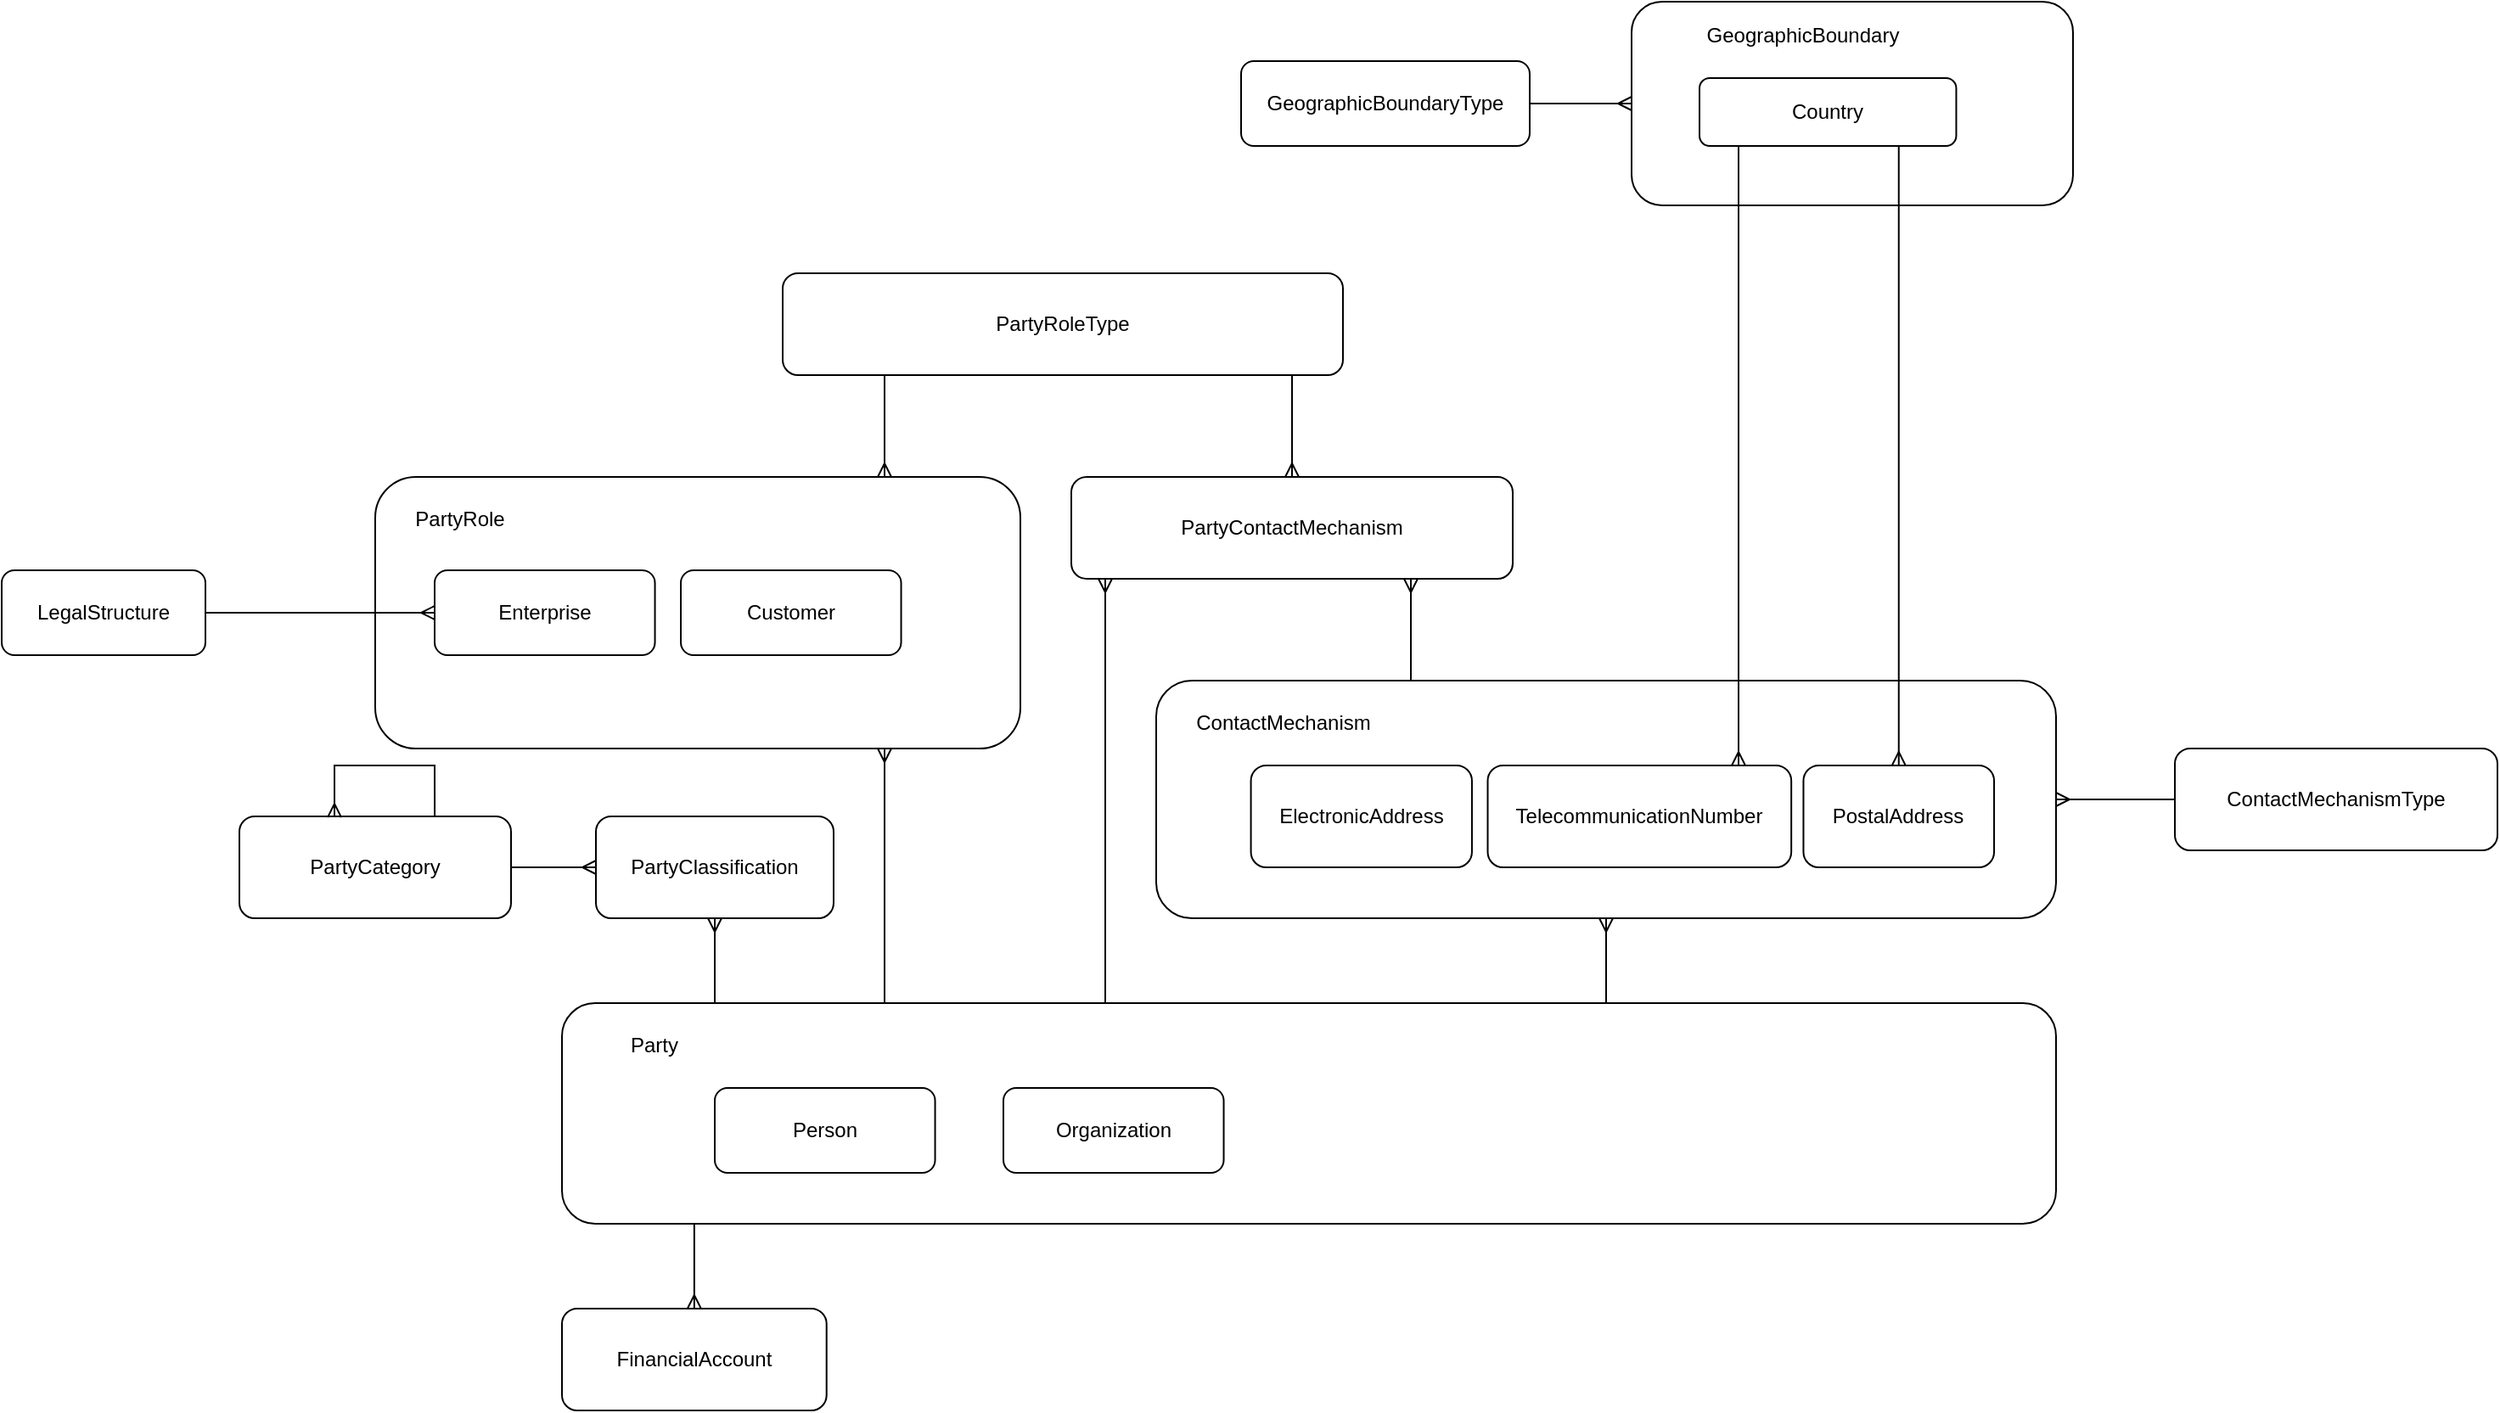
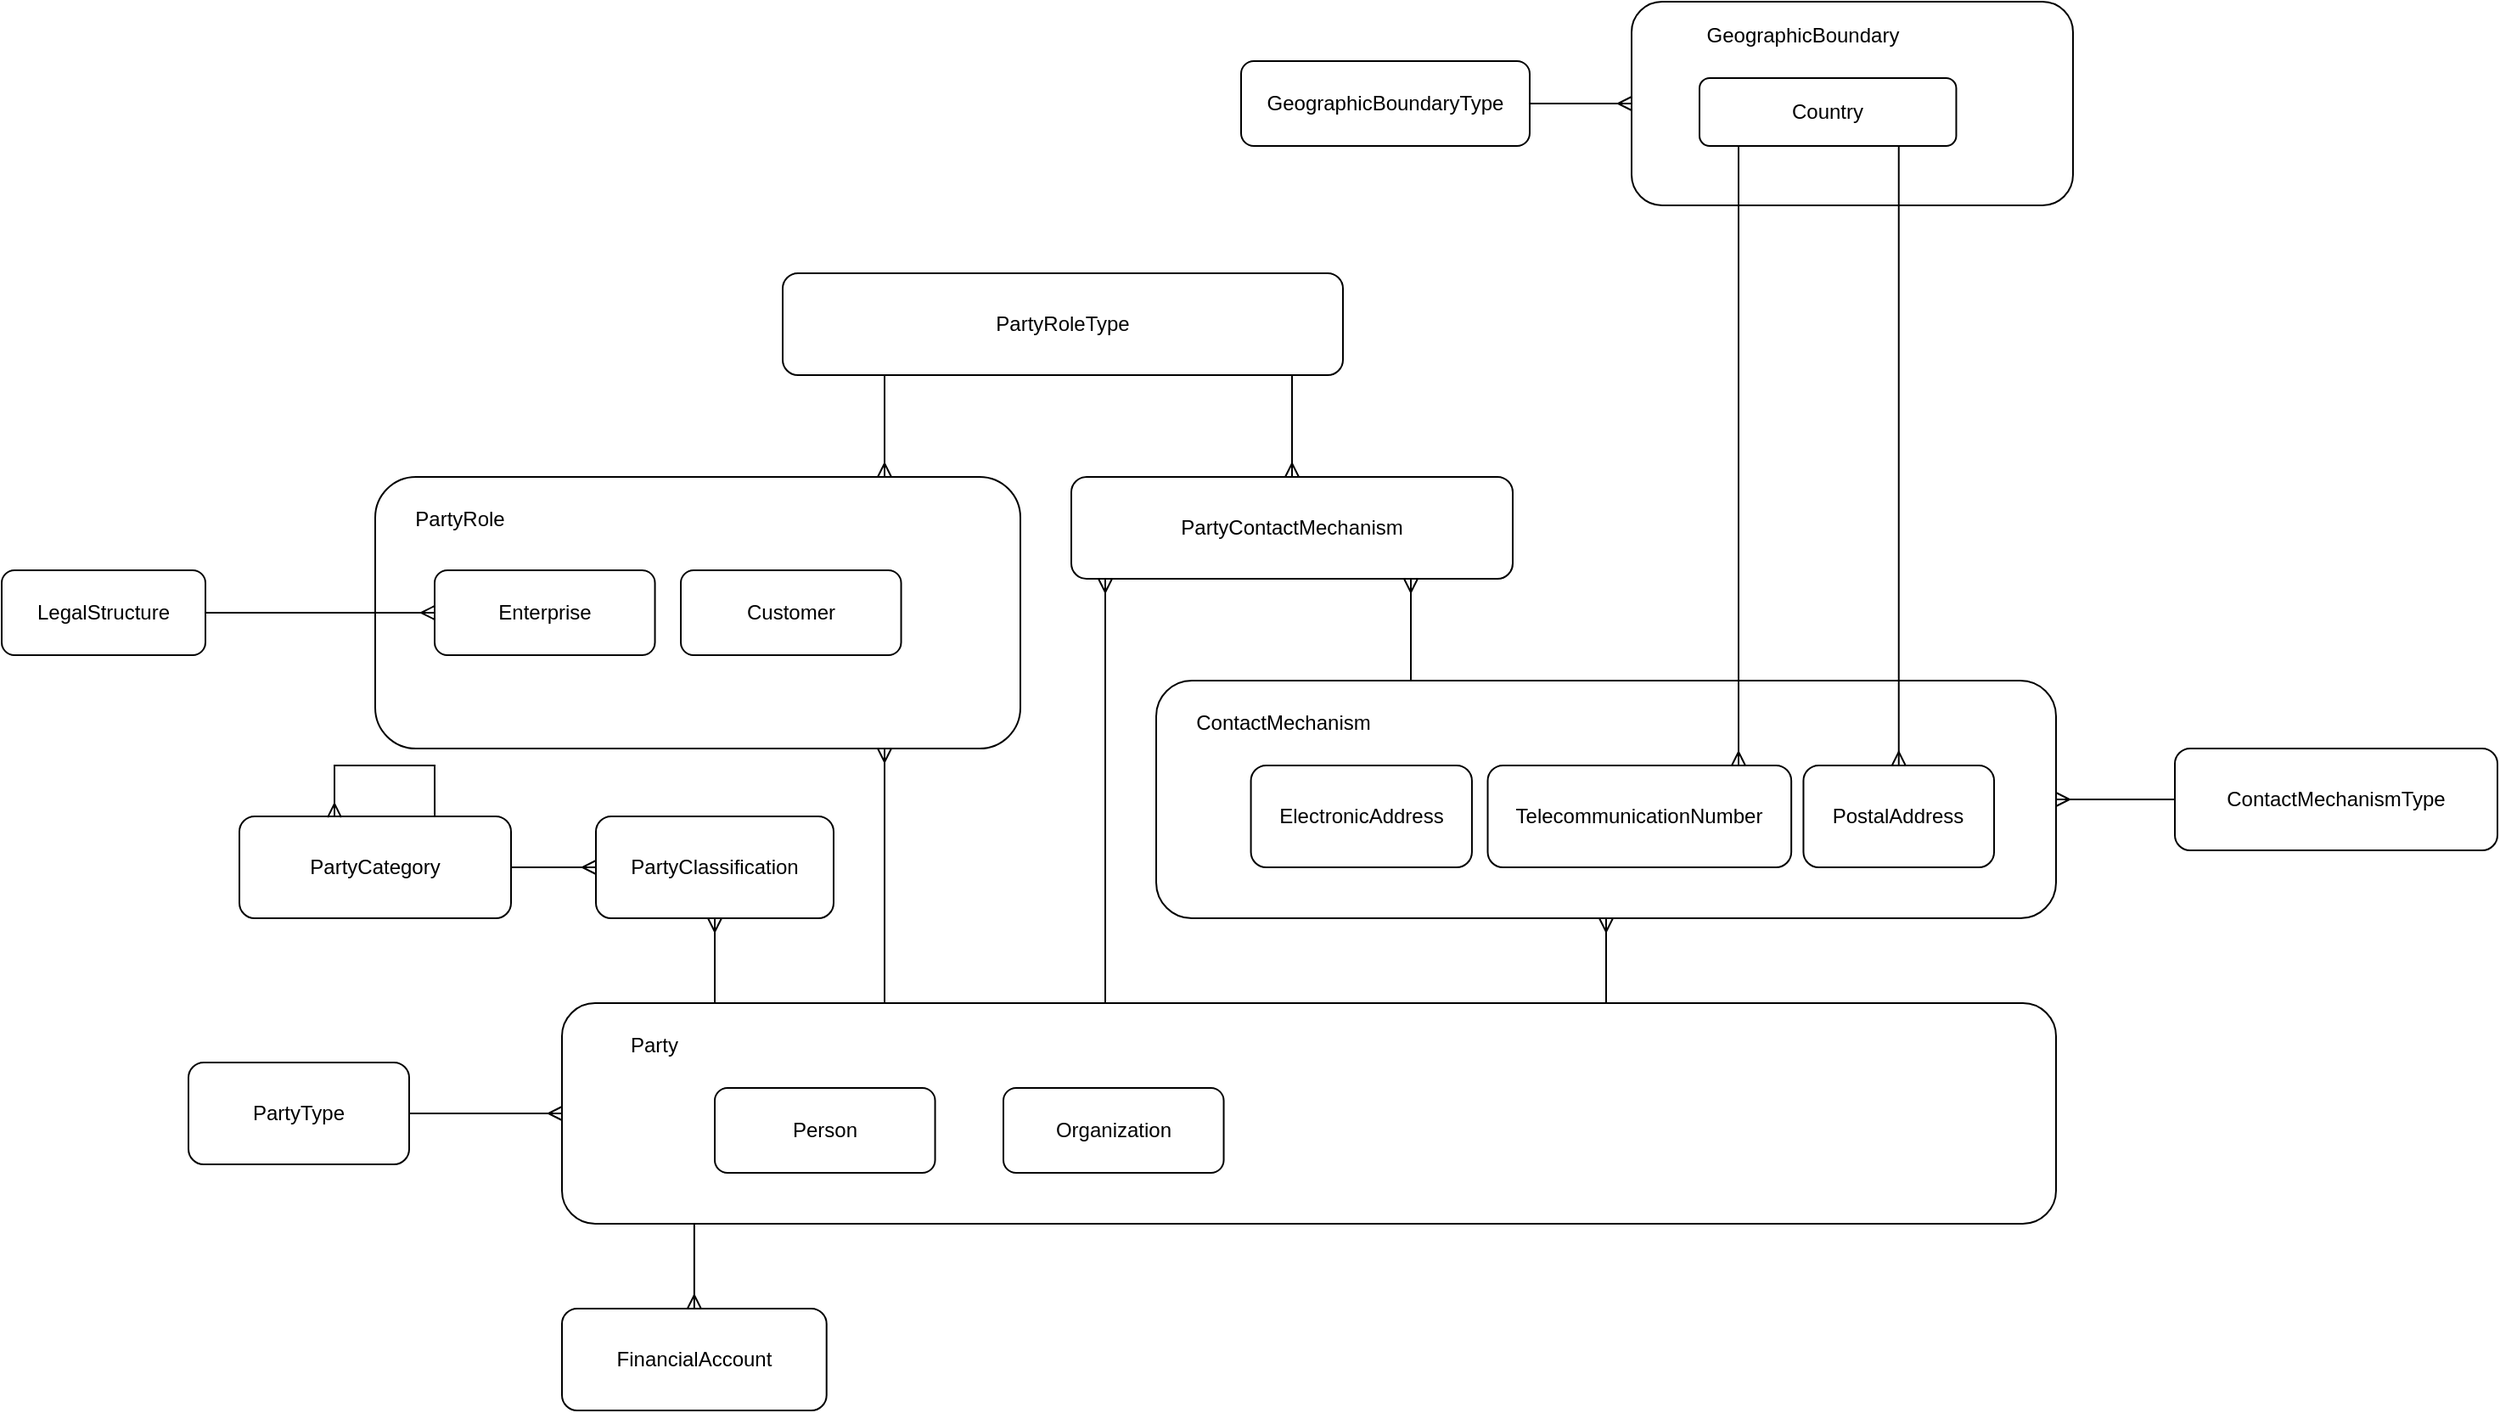
<mxfile host="app.diagrams.net" agent="Mozilla/5.0 (Windows NT 10.0; Win64; x64) AppleWebKit/537.36 (KHTML, like Gecko) Chrome/141.0.0.0 Safari/537.36" version="28.2.9">
  <diagram name="Page-1" id="d0nJ6Fx9cUZLMqGtfM0H">
-     <mxGraphModel dx="1947" dy="1755" grid="1" gridSize="10" guides="1" tooltips="1" connect="1" arrows="1" fold="1" page="1" pageScale="1" pageWidth="850" pageHeight="1100" math="0" shadow="0">
+     <mxGraphModel dx="2453" dy="2057" grid="1" gridSize="10" guides="1" tooltips="1" connect="1" arrows="1" fold="1" page="1" pageScale="1" pageWidth="850" pageHeight="1100" math="0" shadow="0">
      <root>
        <mxCell id="0" />
        <mxCell id="1" parent="0" />
        <mxCell id="tdPrWEJd15tEannaNgth-4" style="edgeStyle=orthogonalEdgeStyle;rounded=0;orthogonalLoop=1;jettySize=auto;html=1;startArrow=ERmany;startFill=0;endArrow=none;endFill=0;" edge="1" parent="1" source="tdPrWEJd15tEannaNgth-2" target="tdPrWEJd15tEannaNgth-3">
          <mxGeometry relative="1" as="geometry" />
        </mxCell>
        <mxCell id="tdPrWEJd15tEannaNgth-3" value="ContactMechanismType" style="rounded=1;whiteSpace=wrap;html=1;" vertex="1" parent="1">
          <mxGeometry x="600" y="260" width="190" height="60" as="geometry" />
        </mxCell>
        <mxCell id="tdPrWEJd15tEannaNgth-13" value="PartyRoleType" style="rounded=1;whiteSpace=wrap;html=1;" vertex="1" parent="1">
          <mxGeometry x="-220" y="-20" width="330" height="60" as="geometry" />
        </mxCell>
        <mxCell id="tdPrWEJd15tEannaNgth-14" style="edgeStyle=orthogonalEdgeStyle;rounded=0;orthogonalLoop=1;jettySize=auto;html=1;startArrow=ERmany;startFill=0;endArrow=none;endFill=0;" edge="1" parent="1" source="tdPrWEJd15tEannaNgth-15" target="tdPrWEJd15tEannaNgth-13">
          <mxGeometry relative="1" as="geometry">
            <mxPoint x="730" y="430" as="sourcePoint" />
            <mxPoint x="730" y="350" as="targetPoint" />
            <Array as="points">
              <mxPoint x="50" y="30" />
              <mxPoint x="50" y="30" />
            </Array>
          </mxGeometry>
        </mxCell>
        <mxCell id="tdPrWEJd15tEannaNgth-15" value="PartyContactMechanism" style="rounded=1;whiteSpace=wrap;html=1;" vertex="1" parent="1">
          <mxGeometry x="-50" y="100" width="260" height="60" as="geometry" />
        </mxCell>
        <mxCell id="tdPrWEJd15tEannaNgth-18" style="edgeStyle=orthogonalEdgeStyle;rounded=0;orthogonalLoop=1;jettySize=auto;html=1;startArrow=ERmany;startFill=0;endArrow=none;endFill=0;" edge="1" parent="1" source="tdPrWEJd15tEannaNgth-15">
          <mxGeometry relative="1" as="geometry">
            <mxPoint x="-30.00117647058829" y="130" as="sourcePoint" />
            <mxPoint x="-30.00117647058829" y="410" as="targetPoint" />
            <Array as="points">
              <mxPoint x="-30" y="210" />
              <mxPoint x="-30" y="210" />
            </Array>
          </mxGeometry>
        </mxCell>
        <mxCell id="tdPrWEJd15tEannaNgth-19" value="" style="group" vertex="1" connectable="0" parent="1">
          <mxGeometry y="220" width="530" height="140" as="geometry" />
        </mxCell>
        <mxCell id="tdPrWEJd15tEannaNgth-2" value="" style="rounded=1;whiteSpace=wrap;html=1;" vertex="1" parent="tdPrWEJd15tEannaNgth-19">
          <mxGeometry width="530" height="140" as="geometry" />
        </mxCell>
        <mxCell id="tdPrWEJd15tEannaNgth-5" value="ElectronicAddress" style="rounded=1;whiteSpace=wrap;html=1;" vertex="1" parent="tdPrWEJd15tEannaNgth-19">
          <mxGeometry x="55.78947368421052" y="50" width="130.17543859649123" height="60" as="geometry" />
        </mxCell>
        <mxCell id="tdPrWEJd15tEannaNgth-6" value="TelecommunicationNumber" style="rounded=1;whiteSpace=wrap;html=1;" vertex="1" parent="tdPrWEJd15tEannaNgth-19">
          <mxGeometry x="195.26315789473682" y="50" width="178.81456140350878" height="60" as="geometry" />
        </mxCell>
        <mxCell id="tdPrWEJd15tEannaNgth-7" value="ContactMechanism" style="text;html=1;whiteSpace=wrap;strokeColor=none;fillColor=none;align=center;verticalAlign=middle;rounded=0;" vertex="1" parent="tdPrWEJd15tEannaNgth-19">
          <mxGeometry x="27.896882591093107" y="10" width="94.41295546558705" height="30" as="geometry" />
        </mxCell>
        <mxCell id="tdPrWEJd15tEannaNgth-8" value="PostalAddress" style="rounded=1;whiteSpace=wrap;html=1;" vertex="1" parent="tdPrWEJd15tEannaNgth-19">
          <mxGeometry x="381.2280701754386" y="50" width="112.29491228070175" height="60" as="geometry" />
        </mxCell>
        <mxCell id="tdPrWEJd15tEannaNgth-20" style="edgeStyle=orthogonalEdgeStyle;rounded=0;orthogonalLoop=1;jettySize=auto;html=1;startArrow=ERmany;startFill=0;endArrow=none;endFill=0;" edge="1" parent="1" source="tdPrWEJd15tEannaNgth-15" target="tdPrWEJd15tEannaNgth-2">
          <mxGeometry relative="1" as="geometry">
            <mxPoint x="370" y="130" as="sourcePoint" />
            <mxPoint x="370" y="440" as="targetPoint" />
            <Array as="points">
              <mxPoint x="150" y="170" />
              <mxPoint x="150" y="170" />
            </Array>
          </mxGeometry>
        </mxCell>
        <mxCell id="tdPrWEJd15tEannaNgth-21" style="edgeStyle=orthogonalEdgeStyle;rounded=0;orthogonalLoop=1;jettySize=auto;html=1;startArrow=ERmany;startFill=0;endArrow=none;endFill=0;" edge="1" parent="1" source="tdPrWEJd15tEannaNgth-2" target="tdPrWEJd15tEannaNgth-1">
          <mxGeometry relative="1" as="geometry">
            <mxPoint x="240" y="400" as="sourcePoint" />
            <mxPoint x="240" y="470" as="targetPoint" />
            <Array as="points">
              <mxPoint x="305" y="420" />
              <mxPoint x="305" y="420" />
            </Array>
          </mxGeometry>
        </mxCell>
        <mxCell id="tdPrWEJd15tEannaNgth-22" value="LegalStructure" style="rounded=1;whiteSpace=wrap;html=1;" vertex="1" parent="1">
          <mxGeometry x="-680" y="155" width="120" height="50" as="geometry" />
        </mxCell>
        <mxCell id="tdPrWEJd15tEannaNgth-27" value="PartyClassification" style="rounded=1;whiteSpace=wrap;html=1;" vertex="1" parent="1">
          <mxGeometry x="-330" y="300" width="140" height="60" as="geometry" />
        </mxCell>
        <mxCell id="tdPrWEJd15tEannaNgth-28" value="PartyCategory" style="rounded=1;whiteSpace=wrap;html=1;" vertex="1" parent="1">
          <mxGeometry x="-540" y="300" width="160" height="60" as="geometry" />
        </mxCell>
        <mxCell id="tdPrWEJd15tEannaNgth-31" style="edgeStyle=orthogonalEdgeStyle;rounded=0;orthogonalLoop=1;jettySize=auto;html=1;startArrow=ERmany;startFill=0;endArrow=none;endFill=0;" edge="1" parent="1" source="tdPrWEJd15tEannaNgth-27" target="tdPrWEJd15tEannaNgth-1">
          <mxGeometry relative="1" as="geometry">
            <mxPoint x="-260" y="180" as="sourcePoint" />
            <mxPoint x="-260" y="250" as="targetPoint" />
            <Array as="points">
              <mxPoint x="-260" y="370" />
              <mxPoint x="-260" y="370" />
            </Array>
          </mxGeometry>
        </mxCell>
        <mxCell id="tdPrWEJd15tEannaNgth-32" style="edgeStyle=orthogonalEdgeStyle;rounded=0;orthogonalLoop=1;jettySize=auto;html=1;startArrow=ERmany;startFill=0;endArrow=none;endFill=0;" edge="1" parent="1" source="tdPrWEJd15tEannaNgth-27" target="tdPrWEJd15tEannaNgth-28">
          <mxGeometry relative="1" as="geometry">
            <mxPoint x="-230" y="210" as="sourcePoint" />
            <mxPoint x="-230" y="280" as="targetPoint" />
            <Array as="points" />
          </mxGeometry>
        </mxCell>
        <mxCell id="tdPrWEJd15tEannaNgth-33" style="edgeStyle=orthogonalEdgeStyle;rounded=0;orthogonalLoop=1;jettySize=auto;html=1;startArrow=ERmany;startFill=0;endArrow=none;endFill=0;exitX=0.35;exitY=0.009;exitDx=0;exitDy=0;exitPerimeter=0;entryX=0.719;entryY=0;entryDx=0;entryDy=0;entryPerimeter=0;" edge="1" parent="1" source="tdPrWEJd15tEannaNgth-28" target="tdPrWEJd15tEannaNgth-28">
          <mxGeometry relative="1" as="geometry">
            <mxPoint x="-485" y="290" as="sourcePoint" />
            <mxPoint x="-425" y="290" as="targetPoint" />
            <Array as="points">
              <mxPoint x="-484" y="270" />
              <mxPoint x="-425" y="270" />
            </Array>
          </mxGeometry>
        </mxCell>
        <mxCell id="tdPrWEJd15tEannaNgth-35" value="" style="rounded=1;whiteSpace=wrap;html=1;" vertex="1" parent="1">
          <mxGeometry x="-460" y="100" width="380" height="160" as="geometry" />
        </mxCell>
        <mxCell id="tdPrWEJd15tEannaNgth-37" style="edgeStyle=orthogonalEdgeStyle;rounded=0;orthogonalLoop=1;jettySize=auto;html=1;startArrow=ERmany;startFill=0;endArrow=none;endFill=0;" edge="1" parent="1" source="tdPrWEJd15tEannaNgth-35">
          <mxGeometry relative="1" as="geometry">
            <mxPoint x="-160" y="260.0000000000002" as="sourcePoint" />
            <mxPoint x="-160" y="410" as="targetPoint" />
            <Array as="points">
              <mxPoint x="-160" y="260" />
            </Array>
          </mxGeometry>
        </mxCell>
        <mxCell id="tdPrWEJd15tEannaNgth-38" style="edgeStyle=orthogonalEdgeStyle;rounded=0;orthogonalLoop=1;jettySize=auto;html=1;startArrow=ERmany;startFill=0;endArrow=none;endFill=0;" edge="1" parent="1" source="tdPrWEJd15tEannaNgth-35" target="tdPrWEJd15tEannaNgth-13">
          <mxGeometry relative="1" as="geometry">
            <mxPoint x="-150" y="170" as="sourcePoint" />
            <mxPoint x="-150" y="20" as="targetPoint" />
            <Array as="points">
              <mxPoint x="-160" y="60" />
              <mxPoint x="-160" y="60" />
            </Array>
          </mxGeometry>
        </mxCell>
        <mxCell id="tdPrWEJd15tEannaNgth-1" value="" style="rounded=1;whiteSpace=wrap;html=1;" vertex="1" parent="1">
          <mxGeometry x="-350" y="410" width="880" height="130" as="geometry" />
        </mxCell>
        <mxCell id="tdPrWEJd15tEannaNgth-9" value="Party" style="text;html=1;whiteSpace=wrap;strokeColor=none;fillColor=none;align=center;verticalAlign=middle;rounded=0;" vertex="1" parent="1">
          <mxGeometry x="-336.46153846153845" y="420" width="81.23076923076923" height="30" as="geometry" />
        </mxCell>
        <mxCell id="tdPrWEJd15tEannaNgth-17" value="Enterprise" style="rounded=1;whiteSpace=wrap;html=1;" vertex="1" parent="1">
          <mxGeometry x="-424.99999999999994" y="155" width="129.77" height="50" as="geometry" />
        </mxCell>
        <mxCell id="tdPrWEJd15tEannaNgth-40" value="PartyRole" style="text;html=1;whiteSpace=wrap;strokeColor=none;fillColor=none;align=center;verticalAlign=middle;rounded=0;" vertex="1" parent="1">
          <mxGeometry x="-440" y="110" width="60" height="30" as="geometry" />
        </mxCell>
        <mxCell id="tdPrWEJd15tEannaNgth-42" style="edgeStyle=orthogonalEdgeStyle;rounded=0;orthogonalLoop=1;jettySize=auto;html=1;startArrow=ERmany;startFill=0;endArrow=none;endFill=0;" edge="1" parent="1" source="tdPrWEJd15tEannaNgth-17" target="tdPrWEJd15tEannaNgth-22">
          <mxGeometry relative="1" as="geometry">
            <mxPoint x="-90" y="320" as="sourcePoint" />
            <mxPoint x="-90" y="480" as="targetPoint" />
            <Array as="points" />
          </mxGeometry>
        </mxCell>
        <mxCell id="tdPrWEJd15tEannaNgth-43" value="Customer" style="rounded=1;whiteSpace=wrap;html=1;" vertex="1" parent="1">
          <mxGeometry x="-280" y="155" width="129.77" height="50" as="geometry" />
        </mxCell>
        <mxCell id="tdPrWEJd15tEannaNgth-44" value="Person" style="rounded=1;whiteSpace=wrap;html=1;" vertex="1" parent="1">
          <mxGeometry x="-260" y="460" width="129.77" height="50" as="geometry" />
        </mxCell>
        <mxCell id="tdPrWEJd15tEannaNgth-45" value="Organization" style="rounded=1;whiteSpace=wrap;html=1;" vertex="1" parent="1">
          <mxGeometry x="-90" y="460" width="129.77" height="50" as="geometry" />
        </mxCell>
        <mxCell id="tdPrWEJd15tEannaNgth-46" value="FinancialAccount" style="rounded=1;whiteSpace=wrap;html=1;" vertex="1" parent="1">
          <mxGeometry x="-350" y="590" width="155.85" height="60" as="geometry" />
        </mxCell>
        <mxCell id="tdPrWEJd15tEannaNgth-47" style="edgeStyle=orthogonalEdgeStyle;rounded=0;orthogonalLoop=1;jettySize=auto;html=1;startArrow=ERmany;startFill=0;endArrow=none;endFill=0;" edge="1" parent="1" source="tdPrWEJd15tEannaNgth-46" target="tdPrWEJd15tEannaNgth-1">
          <mxGeometry relative="1" as="geometry">
            <mxPoint x="-80" y="670" as="sourcePoint" />
            <mxPoint x="-80" y="730" as="targetPoint" />
            <Array as="points">
              <mxPoint x="-278" y="610" />
              <mxPoint x="-278" y="610" />
            </Array>
          </mxGeometry>
        </mxCell>
        <mxCell id="tdPrWEJd15tEannaNgth-48" value="" style="rounded=1;whiteSpace=wrap;html=1;" vertex="1" parent="1">
          <mxGeometry x="280" y="-180" width="260" height="120" as="geometry" />
        </mxCell>
        <mxCell id="tdPrWEJd15tEannaNgth-49" value="GeographicBoundary" style="text;html=1;whiteSpace=wrap;strokeColor=none;fillColor=none;align=center;verticalAlign=middle;rounded=0;" vertex="1" parent="1">
          <mxGeometry x="310" y="-175" width="142.07" height="30" as="geometry" />
        </mxCell>
        <mxCell id="tdPrWEJd15tEannaNgth-50" value="GeographicBoundaryType" style="rounded=1;whiteSpace=wrap;html=1;" vertex="1" parent="1">
          <mxGeometry x="50" y="-145" width="170" height="50" as="geometry" />
        </mxCell>
        <mxCell id="tdPrWEJd15tEannaNgth-51" value="Country" style="rounded=1;whiteSpace=wrap;html=1;" vertex="1" parent="1">
          <mxGeometry x="320" y="-135" width="151.23" height="40" as="geometry" />
        </mxCell>
        <mxCell id="tdPrWEJd15tEannaNgth-52" style="edgeStyle=orthogonalEdgeStyle;rounded=0;orthogonalLoop=1;jettySize=auto;html=1;startArrow=ERmany;startFill=0;endArrow=none;endFill=0;" edge="1" parent="1" source="tdPrWEJd15tEannaNgth-48" target="tdPrWEJd15tEannaNgth-50">
          <mxGeometry relative="1" as="geometry">
            <mxPoint x="120" y="60" as="sourcePoint" />
            <mxPoint x="120" as="targetPoint" />
            <Array as="points" />
          </mxGeometry>
        </mxCell>
        <mxCell id="tdPrWEJd15tEannaNgth-53" style="edgeStyle=orthogonalEdgeStyle;rounded=0;orthogonalLoop=1;jettySize=auto;html=1;startArrow=ERmany;startFill=0;endArrow=none;endFill=0;" edge="1" parent="1" source="tdPrWEJd15tEannaNgth-8" target="tdPrWEJd15tEannaNgth-51">
          <mxGeometry relative="1" as="geometry">
            <mxPoint x="544" y="60" as="sourcePoint" />
            <mxPoint x="460" y="60" as="targetPoint" />
            <Array as="points">
              <mxPoint x="440" y="-110" />
            </Array>
          </mxGeometry>
        </mxCell>
        <mxCell id="tdPrWEJd15tEannaNgth-54" style="edgeStyle=orthogonalEdgeStyle;rounded=0;orthogonalLoop=1;jettySize=auto;html=1;startArrow=ERmany;startFill=0;endArrow=none;endFill=0;" edge="1" parent="1" source="tdPrWEJd15tEannaNgth-6" target="tdPrWEJd15tEannaNgth-51">
          <mxGeometry relative="1" as="geometry">
            <mxPoint x="340" y="490" as="sourcePoint" />
            <mxPoint x="340" y="125" as="targetPoint" />
            <Array as="points">
              <mxPoint x="343" y="190" />
              <mxPoint x="343" y="190" />
            </Array>
          </mxGeometry>
        </mxCell>
+         <mxCell id="tdPrWEJd15tEannaNgth-55" value="PartyType" style="rounded=1;whiteSpace=wrap;html=1;" vertex="1" parent="1">
+           <mxGeometry x="-570" y="445" width="130" height="60" as="geometry" />
+         </mxCell>
+         <mxCell id="tdPrWEJd15tEannaNgth-56" style="edgeStyle=orthogonalEdgeStyle;rounded=0;orthogonalLoop=1;jettySize=auto;html=1;startArrow=ERmany;startFill=0;endArrow=none;endFill=0;" edge="1" parent="1" source="tdPrWEJd15tEannaNgth-1" target="tdPrWEJd15tEannaNgth-55">
+           <mxGeometry relative="1" as="geometry">
+             <mxPoint x="-275" y="470" as="sourcePoint" />
+             <mxPoint x="-410" y="470" as="targetPoint" />
+             <Array as="points" />
+           </mxGeometry>
+         </mxCell>
      </root>
    </mxGraphModel>
  </diagram>
</mxfile>
